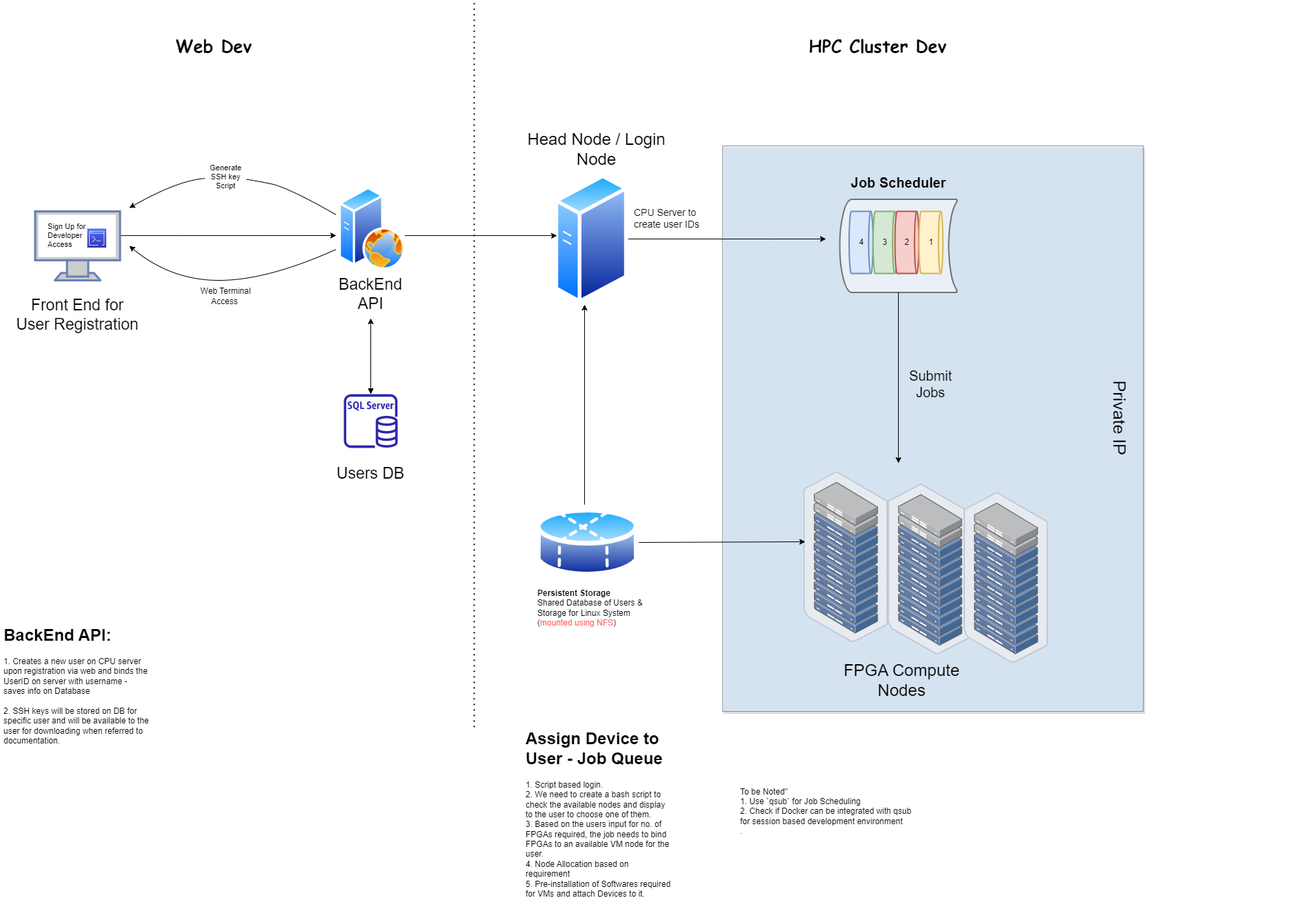
belanasaikiran/FlowCharts keeps this draw.io diagram as LightSpeed Developer Access for Cloud Deployment.drawio.png. Above is the earlier version. Source tidied: cells renumbered, new cells last; positions are measured from the earlier drawing's top-left corner, leaving out a move shared by most shapes.
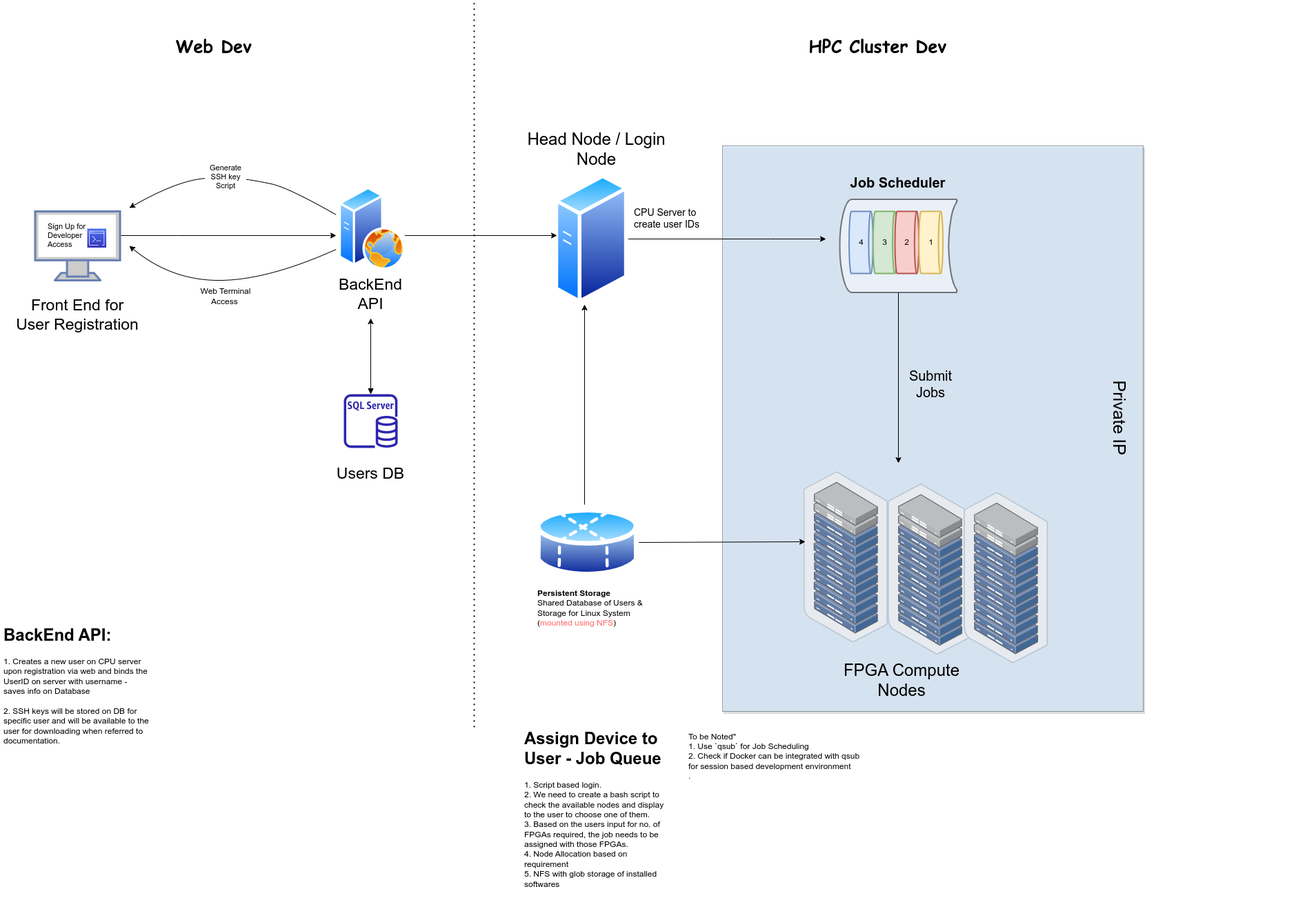
After the commit.

What changed in the source:
```diff
@@ -116,8 +116,8 @@
     <mxCell id="28" value="&lt;h1&gt;&lt;span style=&quot;background-color: initial;&quot;&gt;BackEnd API:&lt;/span&gt;&lt;/h1&gt;&lt;div&gt;&lt;span style=&quot;font-size: 12px; font-weight: 400;&quot;&gt;1. Creates a new user on CPU server upon registration via web and binds the UserID on server with username - saves info on Database&lt;/span&gt;&lt;/div&gt;&lt;div&gt;&lt;span style=&quot;font-size: 12px; font-weight: 400;&quot;&gt;&lt;br&gt;&lt;/span&gt;&lt;/div&gt;&lt;div&gt;&lt;span style=&quot;font-size: 12px; font-weight: 400;&quot;&gt;2. SSH keys will be stored on DB for specific user and will be available to the user for downloading when referred to documentation.&lt;/span&gt;&lt;/div&gt;&lt;div&gt;&lt;span style=&quot;font-size: 12px; font-weight: 400;&quot;&gt;&lt;br&gt;&lt;/span&gt;&lt;/div&gt;" style="text;html=1;strokeColor=none;fillColor=none;spacing=5;spacingTop=-20;whiteSpace=wrap;overflow=hidden;rounded=0;" parent="1" vertex="1">
       <mxGeometry x="0.3" y="900" width="220" height="180" as="geometry" />
     </mxCell>
-    <mxCell id="29" value="&lt;h1&gt;&lt;span style=&quot;background-color: initial;&quot;&gt;Assign Device to User - Job Queue&lt;/span&gt;&lt;/h1&gt;&lt;div&gt;&lt;span style=&quot;font-size: 12px; font-weight: 400;&quot;&gt;1. Script based login.&amp;nbsp;&lt;/span&gt;&lt;/div&gt;&lt;div&gt;&lt;span style=&quot;font-size: 12px; font-weight: 400;&quot;&gt;2. We need to create a bash script to check the available nodes and display to the user to choose one of them.&lt;/span&gt;&lt;/div&gt;&lt;div&gt;&lt;span style=&quot;font-size: 12px; font-weight: 400;&quot;&gt;3. Based on the users input for no. of FPGAs required, the job needs to bind FPGAs to an available VM node for the user.&lt;/span&gt;&lt;/div&gt;&lt;div&gt;&lt;span style=&quot;font-size: 12px; font-weight: 400;&quot;&gt;4. Node Allocation based on requirement&lt;/span&gt;&lt;/div&gt;&lt;div&gt;&lt;span style=&quot;font-size: 12px; font-weight: 400;&quot;&gt;5. Pre-installation of Softwares required for VMs and attach Devices to it.&lt;/span&gt;&lt;/div&gt;" style="text;html=1;strokeColor=none;fillColor=none;spacing=5;spacingTop=-20;whiteSpace=wrap;overflow=hidden;rounded=0;" parent="1" vertex="1">
-      <mxGeometry x="757" y="1050" width="220" height="250" as="geometry" />
+    <mxCell id="29" value="&lt;h1&gt;&lt;span style=&quot;background-color: initial;&quot;&gt;Assign Device to User - Job Queue&lt;/span&gt;&lt;/h1&gt;&lt;div&gt;&lt;span style=&quot;font-size: 12px; font-weight: 400;&quot;&gt;1. Script based login.&amp;nbsp;&lt;/span&gt;&lt;/div&gt;&lt;div&gt;&lt;span style=&quot;font-size: 12px; font-weight: 400;&quot;&gt;2. We need to create a bash script to check the available nodes and display to the user to choose one of them.&lt;/span&gt;&lt;/div&gt;&lt;div&gt;&lt;span style=&quot;font-size: 12px; font-weight: 400;&quot;&gt;3. Based on the users input for no. of FPGAs required, the job needs to be assigned with those FPGAs.&lt;/span&gt;&lt;/div&gt;&lt;div&gt;&lt;span style=&quot;font-size: 12px; font-weight: 400;&quot;&gt;4. Node Allocation based on requirement&lt;/span&gt;&lt;/div&gt;&lt;div&gt;&lt;span style=&quot;font-size: 12px; font-weight: 400;&quot;&gt;5. NFS with glob storage of installed softwares&lt;/span&gt;&lt;/div&gt;" style="text;html=1;strokeColor=none;fillColor=none;spacing=5;spacingTop=-20;whiteSpace=wrap;overflow=hidden;rounded=0;" parent="1" vertex="1">
+      <mxGeometry x="754.5" y="1050" width="220" height="250" as="geometry" />
     </mxCell>
     <mxCell id="30" style="group;" parent="1" vertex="1">
       <mxGeometry x="67" y="320" width="86.5" height="40" as="geometry" />
@@ -129,7 +129,7 @@
       <mxGeometry x="59" y="10" width="27.5" height="27.5" as="geometry" />
     </mxCell>
     <mxCell id="33" value="&lt;div style=&quot;text-align: left;&quot;&gt;&lt;span style=&quot;background-color: initial;&quot;&gt;To be Noted&quot;&lt;/span&gt;&lt;/div&gt;&lt;div style=&quot;text-align: left;&quot;&gt;&lt;span style=&quot;background-color: initial;&quot;&gt;1. Use `qsub` for Job Scheduling&lt;/span&gt;&lt;/div&gt;&lt;div style=&quot;text-align: left;&quot;&gt;&lt;span style=&quot;background-color: initial;&quot;&gt;2. Check if Docker can be integrated with qsub for session based development environment&lt;/span&gt;&lt;/div&gt;&lt;div style=&quot;text-align: left;&quot;&gt;&lt;span style=&quot;background-color: initial;&quot;&gt;.&lt;/span&gt;&lt;/div&gt;" style="text;html=1;strokeColor=none;fillColor=none;align=center;verticalAlign=middle;whiteSpace=wrap;rounded=0;" parent="1" vertex="1">
-      <mxGeometry x="1071.7" y="1130" width="260" height="90" as="geometry" />
+      <mxGeometry x="997" y="1050" width="260" height="90" as="geometry" />
     </mxCell>
     <mxCell id="34" style="edgeStyle=orthogonalEdgeStyle;rounded=0;jettySize=auto;html=1;fontSize=18;" parent="1" edge="1" source="35">
       <mxGeometry relative="1" as="geometry">
```
